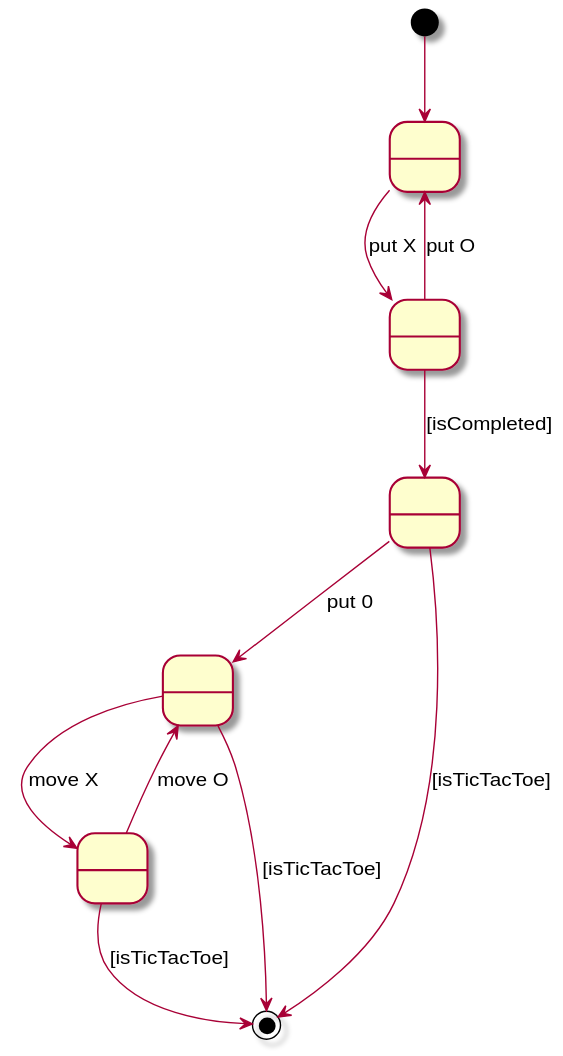
Before: docs/diagrams/out/modeloDeDominio/Instrucciones.svg, a diagram exported from PlantUML (EscuelaIt/tictactoe-master-desarrollo-requirements). Source of this version:
```plantuml
@startuml
state A as " "
state B as " "
state C as " "
state D as " "
state E as " "
[*] --> A
A --> B: put X
B --> A : put O
B --> C : [isCompleted]
C --> D : put 0
C --> [*] : [isTicTacToe]
D --> E : move X
E --> D : move O
D --> [*] : [isTicTacToe]
E --> [*] : [isTicTacToe]
@enduml
```
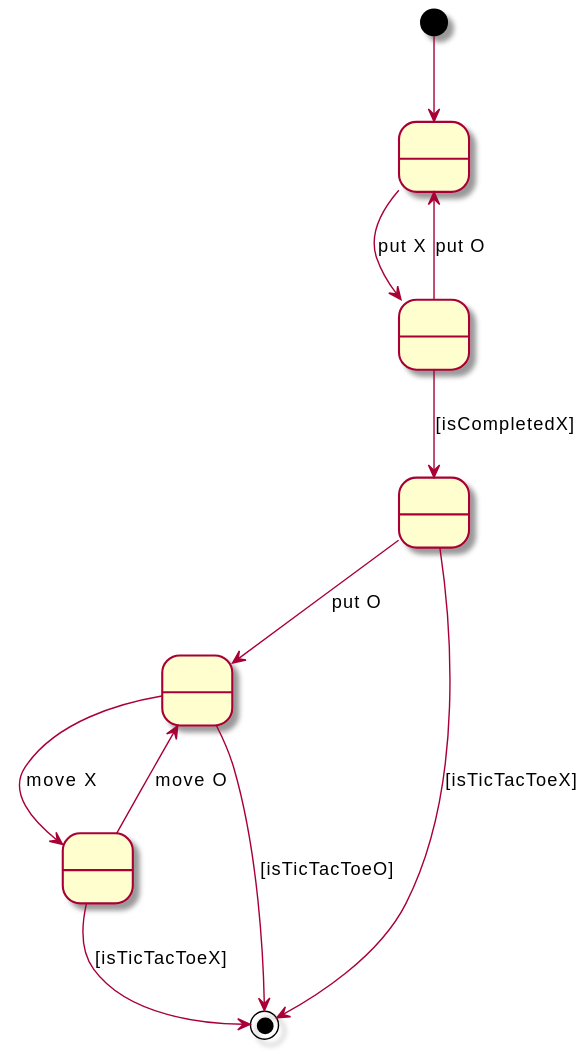
After the commit.

Diff of the diagram source:
```diff
@@ -7,11 +7,11 @@
 [*] --> A
 A --> B: put X
 B --> A : put O
-B --> C : [isCompleted]
-C --> D : put 0
-C --> [*] : [isTicTacToe]
+B --> C : [isCompletedX]
+C --> D : put O
+C --> [*] : [isTicTacToeX]
 D --> E : move X
 E --> D : move O
-D --> [*] : [isTicTacToe]
-E --> [*] : [isTicTacToe]
+D --> [*] : [isTicTacToeO]
+E --> [*] : [isTicTacToeX]
 @enduml
```
